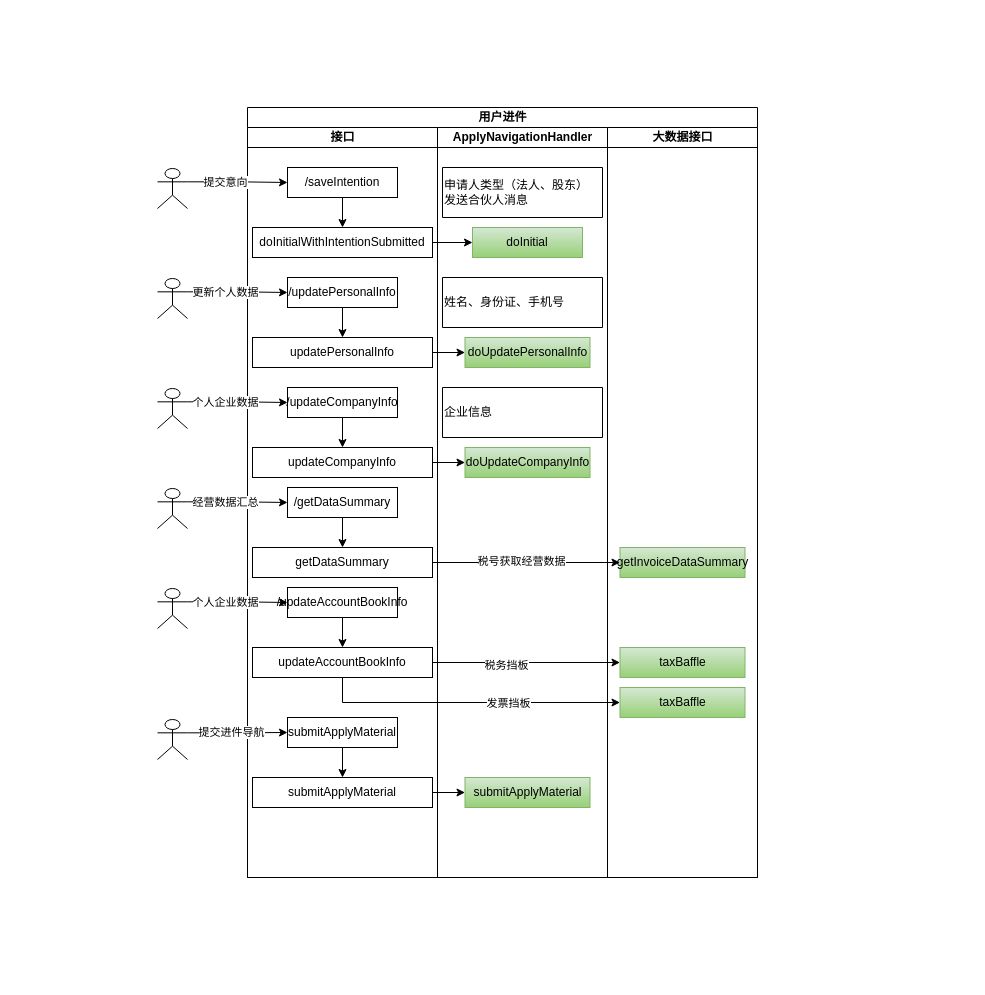
Earlier version of the draw.io diagram page "第 6 页" (6 of 12) of 未命名绘图.drawio (789489498/kafka-trunk). Source tidied: cells renumbered, new cells numbered last; positions are measured from the earlier drawing's top-left corner, leaving out a move shared by most shapes. Both pictures are drawn from the tidied source at 100%, with x=0, y=0 at pixel (157, 107).
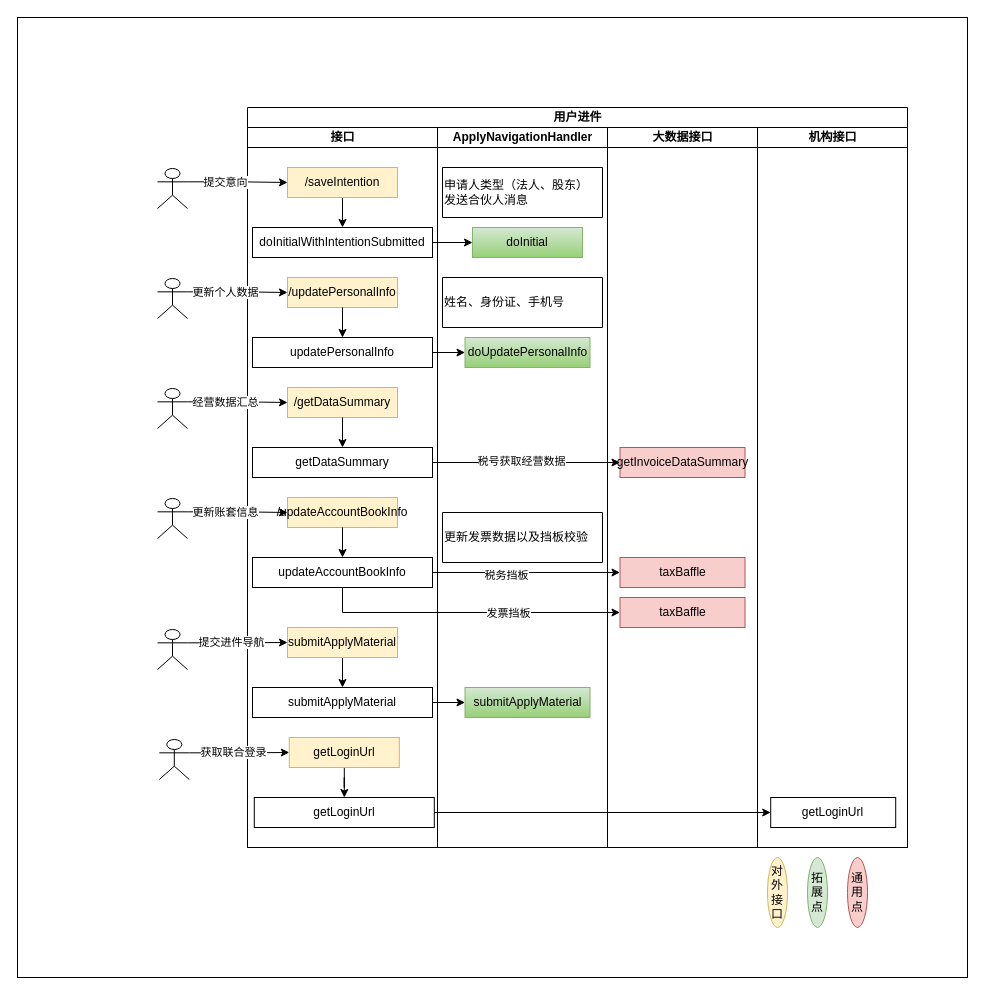
Above is the later version.

Unchanged cells that the change refers to:
```xml
<mxCell id="9" value="doInitialWithIntentionSubmitted" style="rounded=0;whiteSpace=wrap;html=1;" parent="3" vertex="1">
  <mxGeometry x="5" y="100" width="180" height="30" as="geometry" />
</mxCell>
<mxCell id="14" value="doInitial" style="rounded=0;whiteSpace=wrap;html=1;fillColor=#d5e8d4;gradientColor=#97d077;strokeColor=#82b366;" parent="13" vertex="1">
  <mxGeometry x="35" y="100" width="110" height="30" as="geometry" />
</mxCell>
<mxCell id="42" style="edgeStyle=orthogonalEdgeStyle;rounded=0;jettySize=auto;html=1;exitX=1;exitY=0.3333333333333333;exitDx=0;exitDy=0;exitPerimeter=0;entryX=0;entryY=0.5;entryDx=0;entryDy=0;" parent="13" edge="1" source="40" target="41">
  <mxGeometry relative="1" as="geometry" />
</mxCell>
```

Change to the diagram source:
```diff
@@
+    <mxCell id="62" style="rounded=0;whiteSpace=wrap;html=1;" parent="1" vertex="1">
+      <mxGeometry x="-140" y="-90" width="950" height="960" as="geometry" />
+    </mxCell>
     <mxCell id="2" value="用户进件" style="swimlane;startSize=20;html=1;" parent="1" vertex="1">
-      <mxGeometry x="90" width="510" height="770" as="geometry" />
+      <mxGeometry x="90" width="660" height="740" as="geometry" />
     </mxCell>
     <mxCell id="3" value="接口" style="swimlane;startSize=20;html=1;" parent="2" vertex="1">
-      <mxGeometry y="20" width="190" height="750" as="geometry" />
+      <mxGeometry y="20" width="190" height="720" as="geometry" />
     </mxCell>
@@
-    <mxCell id="8" value="/saveIntention" style="rounded=0;whiteSpace=wrap;html=1;" parent="3" vertex="1">
+    <mxCell id="8" value="/saveIntention" style="rounded=0;whiteSpace=wrap;html=1;fillColor=#fff2cc;strokeColor=#d6b656;" parent="3" vertex="1">
       <mxGeometry x="40" y="40" width="110" height="30" as="geometry" />
     </mxCell>
@@
-    <mxCell id="11" value="submitApplyMaterial" style="rounded=0;whiteSpace=wrap;html=1;" parent="3" vertex="1">
-      <mxGeometry x="40" y="590" width="110" height="30" as="geometry" />
+    <mxCell id="11" value="submitApplyMaterial" style="rounded=0;whiteSpace=wrap;html=1;fillColor=#fff2cc;strokeColor=#d6b656;" parent="3" vertex="1">
+      <mxGeometry x="40" y="500" width="110" height="30" as="geometry" />
     </mxCell>
     <mxCell id="12" value="submitApplyMaterial" style="rounded=0;whiteSpace=wrap;html=1;" parent="3" vertex="1">
-      <mxGeometry x="5" y="650" width="180" height="30" as="geometry" />
+      <mxGeometry x="5" y="560" width="180" height="30" as="geometry" />
     </mxCell>
     <mxCell id="13" value="ApplyNavigationHandler" style="swimlane;startSize=20;html=1;" parent="2" vertex="1">
-      <mxGeometry x="190" y="20" width="170" height="750" as="geometry" />
+      <mxGeometry x="190" y="20" width="170" height="720" as="geometry" />
     </mxCell>
@@
-    <mxCell id="17" value="/updatePersonalInfo" style="rounded=0;whiteSpace=wrap;html=1;" parent="13" vertex="1">
+    <mxCell id="17" value="/updatePersonalInfo" style="rounded=0;whiteSpace=wrap;html=1;fillColor=#fff2cc;strokeColor=#d6b656;" parent="13" vertex="1">
       <mxGeometry x="-150" y="150" width="110" height="30" as="geometry" />
     </mxCell>
@@
-    <mxCell id="25" style="shape=umlActor;verticalLabelPosition=bottom;verticalAlign=top;html=1;outlineConnect=0;" parent="13" vertex="1">
-      <mxGeometry x="-280" y="261" width="30" height="40" as="geometry" />
-    </mxCell>
-    <mxCell id="26" value="/updateCompanyInfo" style="rounded=0;whiteSpace=wrap;html=1;" parent="13" vertex="1">
-      <mxGeometry x="-150" y="260" width="110" height="30" as="geometry" />
-    </mxCell>
-    <mxCell id="27" style="edgeStyle=orthogonalEdgeStyle;rounded=0;jettySize=auto;html=1;exitX=1;exitY=0.3333333333333333;exitDx=0;exitDy=0;exitPerimeter=0;entryX=0;entryY=0.5;entryDx=0;entryDy=0;" parent="13" edge="1" source="25" target="26">
-      <mxGeometry relative="1" as="geometry" />
-    </mxCell>
-    <mxCell id="28" value="个人企业数据" style="edgeLabel;html=1;align=center;verticalAlign=middle;" parent="27" vertex="1">
-      <mxGeometry x="-0.25" relative="1" as="geometry" />
-    </mxCell>
-    <mxCell id="29" value="updateCompanyInfo" style="rounded=0;whiteSpace=wrap;html=1;" parent="13" vertex="1">
-      <mxGeometry x="-185" y="320" width="180" height="30" as="geometry" />
-    </mxCell>
-    <mxCell id="30" style="edgeStyle=orthogonalEdgeStyle;rounded=0;jettySize=auto;html=1;exitX=0.5;exitY=1;exitDx=0;exitDy=0;entryX=0.5;entryY=0;entryDx=0;entryDy=0;" parent="13" edge="1" source="26" target="29">
-      <mxGeometry relative="1" as="geometry" />
-    </mxCell>
-    <mxCell id="31" value="doUpdateCompanyInfo" style="rounded=0;whiteSpace=wrap;html=1;fillColor=#d5e8d4;gradientColor=#97d077;strokeColor=#82b366;" parent="13" vertex="1">
-      <mxGeometry x="27.5" y="320" width="125" height="30" as="geometry" />
-    </mxCell>
-    <mxCell id="32" value="企业信息" style="shape=note;whiteSpace=wrap;html=1;backgroundOutline=1;darkOpacity=0.05;align=left;size=0;" parent="13" vertex="1">
-      <mxGeometry x="5" y="260" width="160" height="50" as="geometry" />
-    </mxCell>
-    <mxCell id="33" style="edgeStyle=orthogonalEdgeStyle;rounded=0;jettySize=auto;html=1;exitX=1;exitY=0.5;exitDx=0;exitDy=0;entryX=0;entryY=0.5;entryDx=0;entryDy=0;" parent="13" edge="1" source="29" target="31">
-      <mxGeometry relative="1" as="geometry" />
-    </mxCell>
     <mxCell id="34" style="shape=umlActor;verticalLabelPosition=bottom;verticalAlign=top;html=1;outlineConnect=0;" parent="13" vertex="1">
-      <mxGeometry x="-280" y="361" width="30" height="40" as="geometry" />
+      <mxGeometry x="-280" y="261" width="30" height="40" as="geometry" />
     </mxCell>
-    <mxCell id="35" value="/getDataSummary" style="rounded=0;whiteSpace=wrap;html=1;" parent="13" vertex="1">
-      <mxGeometry x="-150" y="360" width="110" height="30" as="geometry" />
+    <mxCell id="35" value="/getDataSummary" style="rounded=0;whiteSpace=wrap;html=1;fillColor=#fff2cc;strokeColor=#d6b656;" parent="13" vertex="1">
+      <mxGeometry x="-150" y="260" width="110" height="30" as="geometry" />
     </mxCell>
@@
     <mxCell id="38" value="getDataSummary" style="rounded=0;whiteSpace=wrap;html=1;" parent="13" vertex="1">
-      <mxGeometry x="-185" y="420" width="180" height="30" as="geometry" />
+      <mxGeometry x="-185" y="320" width="180" height="30" as="geometry" />
     </mxCell>
@@
     <mxCell id="40" style="shape=umlActor;verticalLabelPosition=bottom;verticalAlign=top;html=1;outlineConnect=0;" parent="13" vertex="1">
-      <mxGeometry x="-280" y="461" width="30" height="40" as="geometry" />
+      <mxGeometry x="-280" y="371" width="30" height="40" as="geometry" />
     </mxCell>
-    <mxCell id="41" value="/updateAccountBookInfo" style="rounded=0;whiteSpace=wrap;html=1;" parent="13" vertex="1">
-      <mxGeometry x="-150" y="460" width="110" height="30" as="geometry" />
+    <mxCell id="41" value="/updateAccountBookInfo" style="rounded=0;whiteSpace=wrap;html=1;fillColor=#fff2cc;strokeColor=#d6b656;" parent="13" vertex="1">
+      <mxGeometry x="-150" y="370" width="110" height="30" as="geometry" />
     </mxCell>
@@
-    <mxCell id="43" value="个人企业数据" style="edgeLabel;html=1;align=center;verticalAlign=middle;" parent="42" vertex="1">
+    <mxCell id="43" value="更新账套信息" style="edgeLabel;html=1;align=center;verticalAlign=middle;" parent="42" vertex="1">
       <mxGeometry x="-0.25" relative="1" as="geometry" />
     </mxCell>
     <mxCell id="44" value="updateAccountBookInfo" style="rounded=0;whiteSpace=wrap;html=1;" parent="13" vertex="1">
-      <mxGeometry x="-185" y="520" width="180" height="30" as="geometry" />
+      <mxGeometry x="-185" y="430" width="180" height="30" as="geometry" />
     </mxCell>
@@
     <mxCell id="46" value="submitApplyMaterial" style="rounded=0;whiteSpace=wrap;html=1;fillColor=#d5e8d4;gradientColor=#97d077;strokeColor=#82b366;" parent="13" vertex="1">
-      <mxGeometry x="27.5" y="650" width="125" height="30" as="geometry" />
+      <mxGeometry x="27.5" y="560" width="125" height="30" as="geometry" />
     </mxCell>
+    <mxCell id="63" value="更新发票数据以及挡板校验" style="shape=note;whiteSpace=wrap;html=1;backgroundOutline=1;darkOpacity=0.05;align=left;size=0;" parent="13" vertex="1">
+      <mxGeometry x="5" y="385" width="160" height="50" as="geometry" />
+    </mxCell>
@@
     <mxCell id="48" value="大数据接口" style="swimlane;startSize=20;html=1;" parent="2" vertex="1">
-      <mxGeometry x="360" y="20" width="150" height="750" as="geometry" />
+      <mxGeometry x="360" y="20" width="150" height="720" as="geometry" />
     </mxCell>
-    <mxCell id="49" value="getInvoiceDataSummary" style="rounded=0;whiteSpace=wrap;html=1;fillColor=#d5e8d4;gradientColor=#97d077;strokeColor=#82b366;" parent="48" vertex="1">
-      <mxGeometry x="12.5" y="420" width="125" height="30" as="geometry" />
+    <mxCell id="49" value="getInvoiceDataSummary" style="rounded=0;whiteSpace=wrap;html=1;fillColor=#f8cecc;strokeColor=#b85450;" parent="48" vertex="1">
+      <mxGeometry x="12.5" y="320" width="125" height="30" as="geometry" />
     </mxCell>
-    <mxCell id="50" value="taxBaffle" style="rounded=0;whiteSpace=wrap;html=1;fillColor=#d5e8d4;gradientColor=#97d077;strokeColor=#82b366;" parent="48" vertex="1">
-      <mxGeometry x="12.5" y="520" width="125" height="30" as="geometry" />
+    <mxCell id="50" value="taxBaffle" style="rounded=0;whiteSpace=wrap;html=1;fillColor=#f8cecc;strokeColor=#b85450;" parent="48" vertex="1">
+      <mxGeometry x="12.5" y="430" width="125" height="30" as="geometry" />
     </mxCell>
-    <mxCell id="51" value="taxBaffle" style="rounded=0;whiteSpace=wrap;html=1;fillColor=#d5e8d4;gradientColor=#97d077;strokeColor=#82b366;" parent="48" vertex="1">
-      <mxGeometry x="12.5" y="560" width="125" height="30" as="geometry" />
+    <mxCell id="51" value="taxBaffle" style="rounded=0;whiteSpace=wrap;html=1;fillColor=#f8cecc;strokeColor=#b85450;" parent="48" vertex="1">
+      <mxGeometry x="12.5" y="470" width="125" height="30" as="geometry" />
     </mxCell>
-    <mxCell id="52" style="edgeStyle=orthogonalEdgeStyle;rounded=0;jettySize=auto;html=1;exitX=1;exitY=0.5;exitDx=0;exitDy=0;entryX=0;entryY=0.5;entryDx=0;entryDy=0;" parent="2" edge="1" source="9" target="14">
-      <mxGeometry relative="1" as="geometry" />
-    </mxCell>
@@
+    <mxCell id="64" value="机构接口" style="swimlane;startSize=20;html=1;" parent="2" vertex="1">
+      <mxGeometry x="510" y="20" width="150" height="720" as="geometry" />
+    </mxCell>
+    <mxCell id="65" value="getLoginUrl" style="rounded=0;whiteSpace=wrap;html=1;" parent="64" vertex="1">
+      <mxGeometry x="13.2" y="670" width="125" height="30" as="geometry" />
+    </mxCell>
+    <mxCell id="52" style="edgeStyle=orthogonalEdgeStyle;rounded=0;jettySize=auto;html=1;exitX=1;exitY=0.5;exitDx=0;exitDy=0;entryX=0;entryY=0.5;entryDx=0;entryDy=0;" parent="2" edge="1" source="9" target="14">
+      <mxGeometry relative="1" as="geometry" />
+    </mxCell>
@@
     <mxCell id="61" style="shape=umlActor;verticalLabelPosition=bottom;verticalAlign=top;html=1;outlineConnect=0;" parent="1" vertex="1">
-      <mxGeometry y="612" width="30" height="40" as="geometry" />
+      <mxGeometry y="522" width="30" height="40" as="geometry" />
     </mxCell>
+    <mxCell id="66" style="edgeStyle=orthogonalEdgeStyle;rounded=0;jettySize=auto;html=1;" parent="1" edge="1" source="67" target="68">
+      <mxGeometry relative="1" as="geometry" />
+    </mxCell>
+    <mxCell id="67" value="getLoginUrl" style="rounded=0;whiteSpace=wrap;html=1;fillColor=#fff2cc;strokeColor=#d6b656;" parent="1" vertex="1">
+      <mxGeometry x="131.8" y="630" width="110" height="30" as="geometry" />
+    </mxCell>
+    <mxCell id="68" value="getLoginUrl" style="rounded=0;whiteSpace=wrap;html=1;" parent="1" vertex="1">
+      <mxGeometry x="96.8" y="690" width="180" height="30" as="geometry" />
+    </mxCell>
+    <mxCell id="69" style="edgeStyle=orthogonalEdgeStyle;rounded=0;jettySize=auto;html=1;" parent="1" edge="1" source="68" target="65">
+      <mxGeometry relative="1" as="geometry" />
+    </mxCell>
+    <mxCell id="70" style="edgeStyle=orthogonalEdgeStyle;rounded=0;jettySize=auto;html=1;exitX=1;exitY=0.3333333333333333;exitDx=0;exitDy=0;exitPerimeter=0;" parent="1" edge="1" source="72" target="67">
+      <mxGeometry relative="1" as="geometry" />
+    </mxCell>
+    <mxCell id="71" value="获取联合登录" style="edgeLabel;html=1;align=center;verticalAlign=middle;" parent="70" vertex="1">
+      <mxGeometry x="-0.13" y="1" relative="1" as="geometry" />
+    </mxCell>
+    <mxCell id="72" style="shape=umlActor;verticalLabelPosition=bottom;verticalAlign=top;html=1;outlineConnect=0;" parent="1" vertex="1">
+      <mxGeometry x="1.8" y="632" width="30" height="40" as="geometry" />
+    </mxCell>
+    <mxCell id="73" value="拓展点" style="ellipse;whiteSpace=wrap;html=1;fillColor=#d5e8d4;strokeColor=#82b366;" parent="1" vertex="1">
+      <mxGeometry x="650" y="750" width="20" height="70" as="geometry" />
+    </mxCell>
+    <mxCell id="74" value="通用点" style="ellipse;whiteSpace=wrap;html=1;fillColor=#f8cecc;strokeColor=#b85450;" parent="1" vertex="1">
+      <mxGeometry x="690" y="750" width="20" height="70" as="geometry" />
+    </mxCell>
+    <mxCell id="75" value="对外接口" style="ellipse;whiteSpace=wrap;html=1;fillColor=#fff2cc;strokeColor=#d6b656;" parent="1" vertex="1">
+      <mxGeometry x="610" y="750" width="20" height="70" as="geometry" />
+    </mxCell>
```
